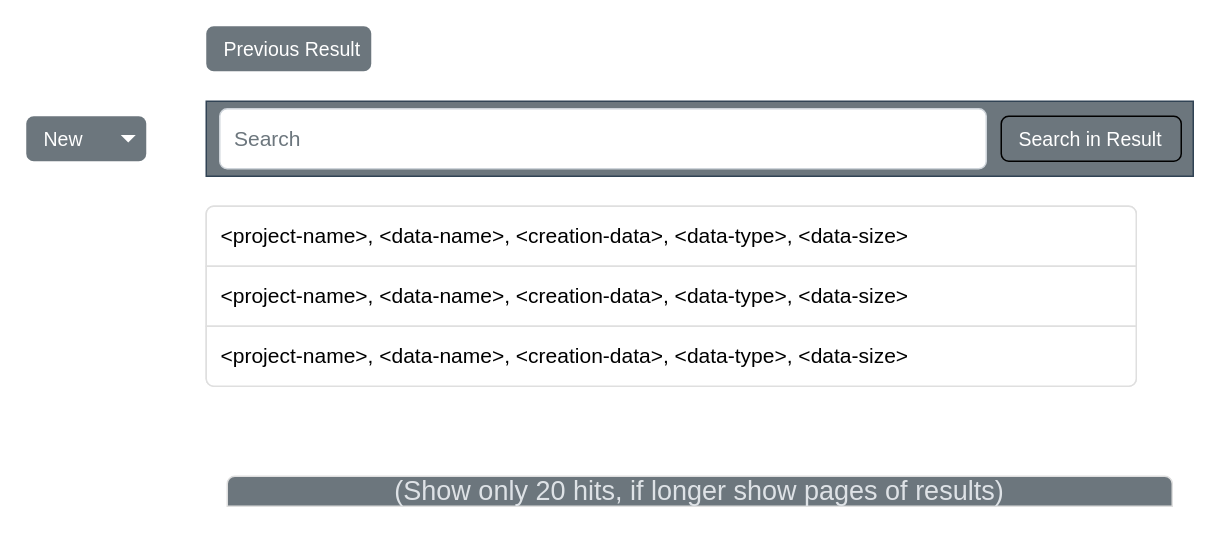
The draw.io diagram EsyDB/EsyDB_sw_p02.drawio in elghazi/drawings, before the edit. Source tidied: cells renumbered, new cells numbered last; positions are measured from the earlier drawing's top-left corner, leaving out a move shared by most shapes. Both pictures are drawn from the tidied source at 150%, with x=0, y=0 at pixel (26, 26).
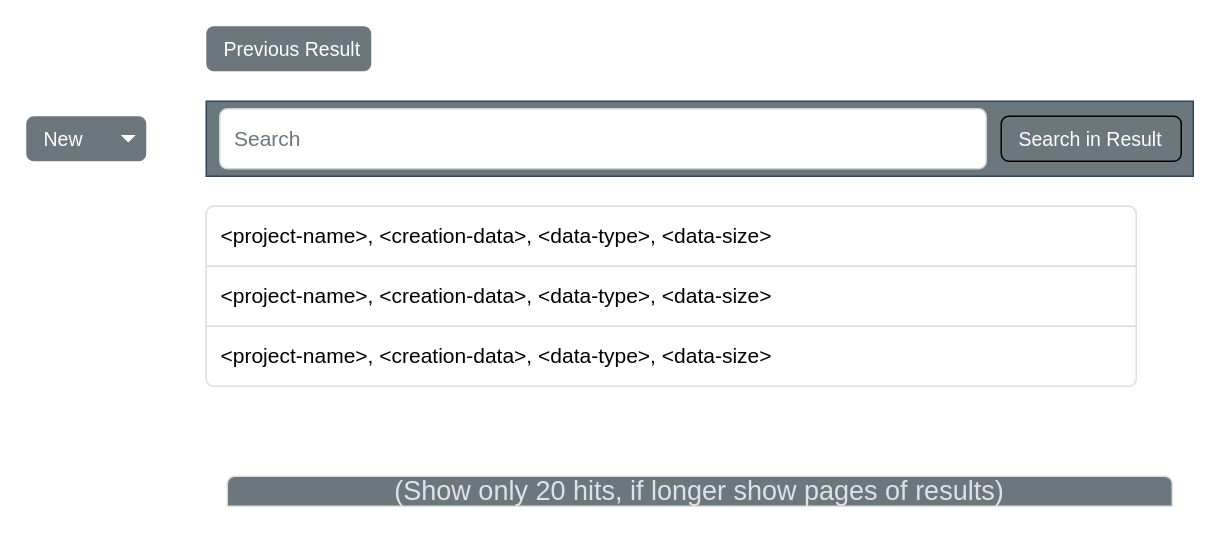
The same diagram, later.

Change to the diagram source:
```diff
@@
 <mxGraphModel>
   <root>
     <mxCell id="0" />
     <mxCell id="1" parent="0" />
     <mxCell id="2" style="html=1;shadow=0;dashed=0;fillColor=#6C767D;strokeColor=#314354;fontSize=16;fontColor=#ffffff;align=left;spacing=15;" parent="1" vertex="1">
       <mxGeometry x="120" y="50" width="658" height="50" as="geometry" />
     </mxCell>
     <mxCell id="3" value="Search" style="html=1;shadow=0;dashed=0;shape=mxgraph.bootstrap.rrect;rSize=5;fontSize=14;fontColor=#6C767D;strokeColor=#CED4DA;fillColor=#ffffff;align=left;spacing=10;" parent="2" vertex="1">
       <mxGeometry x="1" width="511" height="40" relative="1" as="geometry">
         <mxPoint x="-649" y="5" as="offset" />
       </mxGeometry>
     </mxCell>
     <mxCell id="4" value="&lt;font style=&quot;font-size: 13px&quot;&gt;Search in Result&lt;/font&gt;" style="html=1;shadow=0;dashed=0;shape=mxgraph.bootstrap.rrect;rSize=5;strokeColor=default;strokeWidth=1;fillColor=#6C767D;fontColor=#ffffff;whiteSpace=wrap;align=left;verticalAlign=middle;fontStyle=0;fontSize=14;spacingLeft=10;gradientColor=none;" parent="2" vertex="1">
       <mxGeometry x="530" y="10" width="120" height="30" as="geometry" />
     </mxCell>
     <mxCell id="5" style="html=1;shadow=0;dashed=0;shape=mxgraph.bootstrap.rrect;rSize=5;strokeColor=#DFDFDF;html=1;whiteSpace=wrap;fillColor=#FFFFFF;fontColor=#000000;fontSize=14;" parent="1" vertex="1">
       <mxGeometry x="120" y="120" width="620" height="120" as="geometry" />
     </mxCell>
-    <mxCell id="6" value="&lt;span style=&quot;text-align: center&quot;&gt;&lt;font style=&quot;font-size: 14px&quot;&gt;&amp;lt;project-name&amp;gt;, &amp;lt;data-name&amp;gt;, &amp;lt;creation-data&amp;gt;, &amp;lt;data-type&amp;gt;, &amp;lt;data-size&amp;gt;&lt;/font&gt;&lt;/span&gt;" style="strokeColor=inherit;fillColor=inherit;gradientColor=inherit;fontColor=inherit;html=1;shadow=0;dashed=0;shape=mxgraph.bootstrap.topButton;rSize=5;perimeter=none;whiteSpace=wrap;align=left;spacing=10;fontSize=14;" parent="5" vertex="1">
+    <mxCell id="6" value="&lt;span style=&quot;text-align: center&quot;&gt;&lt;font style=&quot;font-size: 14px&quot;&gt;&amp;lt;project-name&amp;gt;, &amp;lt;creation-data&amp;gt;, &amp;lt;data-type&amp;gt;, &amp;lt;data-size&amp;gt;&lt;/font&gt;&lt;/span&gt;" style="strokeColor=inherit;fillColor=inherit;gradientColor=inherit;fontColor=inherit;html=1;shadow=0;dashed=0;shape=mxgraph.bootstrap.topButton;rSize=5;perimeter=none;whiteSpace=wrap;align=left;spacing=10;fontSize=14;" parent="5" vertex="1">
       <mxGeometry width="620" height="40" relative="1" as="geometry" />
     </mxCell>
-    <mxCell id="7" value="&lt;span style=&quot;text-align: center&quot;&gt;&amp;lt;project-name&amp;gt;, &amp;lt;data-name&amp;gt;, &amp;lt;creation-data&amp;gt;, &amp;lt;data-type&amp;gt;, &amp;lt;data-size&amp;gt;&lt;/span&gt;" style="strokeColor=inherit;fillColor=inherit;gradientColor=inherit;fontColor=inherit;html=1;shadow=0;dashed=0;perimeter=none;whiteSpace=wrap;align=left;spacing=10;fontSize=14;" parent="5" vertex="1">
+    <mxCell id="7" value="&lt;span style=&quot;text-align: center&quot;&gt;&amp;lt;project-name&amp;gt;, &amp;lt;creation-data&amp;gt;, &amp;lt;data-type&amp;gt;, &amp;lt;data-size&amp;gt;&lt;/span&gt;" style="strokeColor=inherit;fillColor=inherit;gradientColor=inherit;fontColor=inherit;html=1;shadow=0;dashed=0;perimeter=none;whiteSpace=wrap;align=left;spacing=10;fontSize=14;" parent="5" vertex="1">
       <mxGeometry width="620" height="40" relative="1" as="geometry">
         <mxPoint y="40" as="offset" />
       </mxGeometry>
     </mxCell>
-    <mxCell id="8" value="&lt;span style=&quot;text-align: center&quot;&gt;&amp;lt;project-name&amp;gt;, &amp;lt;data-name&amp;gt;, &amp;lt;creation-data&amp;gt;, &amp;lt;data-type&amp;gt;, &amp;lt;data-size&amp;gt;&lt;/span&gt;" style="strokeColor=inherit;fillColor=inherit;gradientColor=inherit;fontColor=inherit;html=1;shadow=0;dashed=0;shape=mxgraph.bootstrap.bottomButton;rSize=5;perimeter=none;whiteSpace=wrap;align=left;spacing=10;fontSize=14;" parent="5" vertex="1">
+    <mxCell id="8" value="&lt;span style=&quot;text-align: center&quot;&gt;&amp;lt;project-name&amp;gt;, &amp;lt;creation-data&amp;gt;, &amp;lt;data-type&amp;gt;, &amp;lt;data-size&amp;gt;&lt;/span&gt;" style="strokeColor=inherit;fillColor=inherit;gradientColor=inherit;fontColor=inherit;html=1;shadow=0;dashed=0;shape=mxgraph.bootstrap.bottomButton;rSize=5;perimeter=none;whiteSpace=wrap;align=left;spacing=10;fontSize=14;" parent="5" vertex="1">
       <mxGeometry y="1" width="620" height="40" relative="1" as="geometry">
         <mxPoint y="-40" as="offset" />
       </mxGeometry>
     </mxCell>
     <mxCell id="9" value="&lt;font style=&quot;font-size: 13px&quot;&gt;New&lt;/font&gt;" style="html=1;shadow=0;dashed=0;shape=mxgraph.bootstrap.rrect;rSize=5;strokeColor=none;strokeWidth=1;fillColor=#6C767D;fontColor=#ffffff;whiteSpace=wrap;align=left;verticalAlign=middle;fontStyle=0;fontSize=14;spacingLeft=10;" parent="1" vertex="1">
       <mxGeometry y="60" width="80" height="30" as="geometry" />
     </mxCell>
     <mxCell id="10" style="shape=triangle;direction=south;fillColor=#ffffff;strokeColor=none;perimeter=none;" parent="9" vertex="1">
       <mxGeometry x="1" y="0.5" width="10" height="5" relative="1" as="geometry">
         <mxPoint x="-17" y="-2.5" as="offset" />
       </mxGeometry>
     </mxCell>
     <mxCell id="11" value="&lt;font style=&quot;font-size: 13px&quot;&gt;Previous Result&lt;/font&gt;" style="html=1;shadow=0;dashed=0;shape=mxgraph.bootstrap.rrect;rSize=5;strokeColor=none;strokeWidth=1;fillColor=#6C767D;fontColor=#ffffff;whiteSpace=wrap;align=left;verticalAlign=middle;fontStyle=0;fontSize=14;spacingLeft=10;" parent="1" vertex="1">
       <mxGeometry x="120" width="110" height="30" as="geometry" />
     </mxCell>
     <mxCell id="12" value="(Show only 20 hits, if longer show pages of results)" style="shadow=0;dashed=0;shape=mxgraph.bootstrap.topButton;rSize=5;perimeter=none;fillColor=#6C767D;strokeColor=#DFDFDF;fontColor=#DEE2E6;fontSize=18;labelBackgroundColor=none;labelBorderColor=none;whiteSpace=wrap;" parent="1" vertex="1">
       <mxGeometry x="134" y="300" width="630" height="20" as="geometry" />
     </mxCell>
   </root>
 </mxGraphModel>
```
